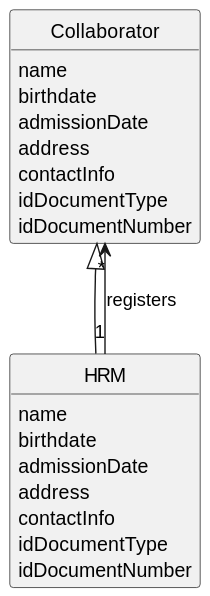
The PlantUML diagram docs/sprintA/us003/02.analysis/svg/us003-domain-model.svg in diogoveirospro/lei-24-s2-1dg-g072, before a commit. Its diagram source:
```plantuml
@startuml
skinparam monochrome true
skinparam packageStyle rectangle
skinparam shadowing false


skinparam classAttributeIconSize 0

hide circle
hide methods
class Collaborator {
     name
     birthdate
     admissionDate
     address
     contactInfo
     idDocumentType
     idDocumentNumber
}

class HRM {
    name
    birthdate
    admissionDate
    address
    contactInfo
    idDocumentType
    idDocumentNumber
}

HRM "1" --> "*" Collaborator : registers
Collaborator <|-- HRM
@enduml
```
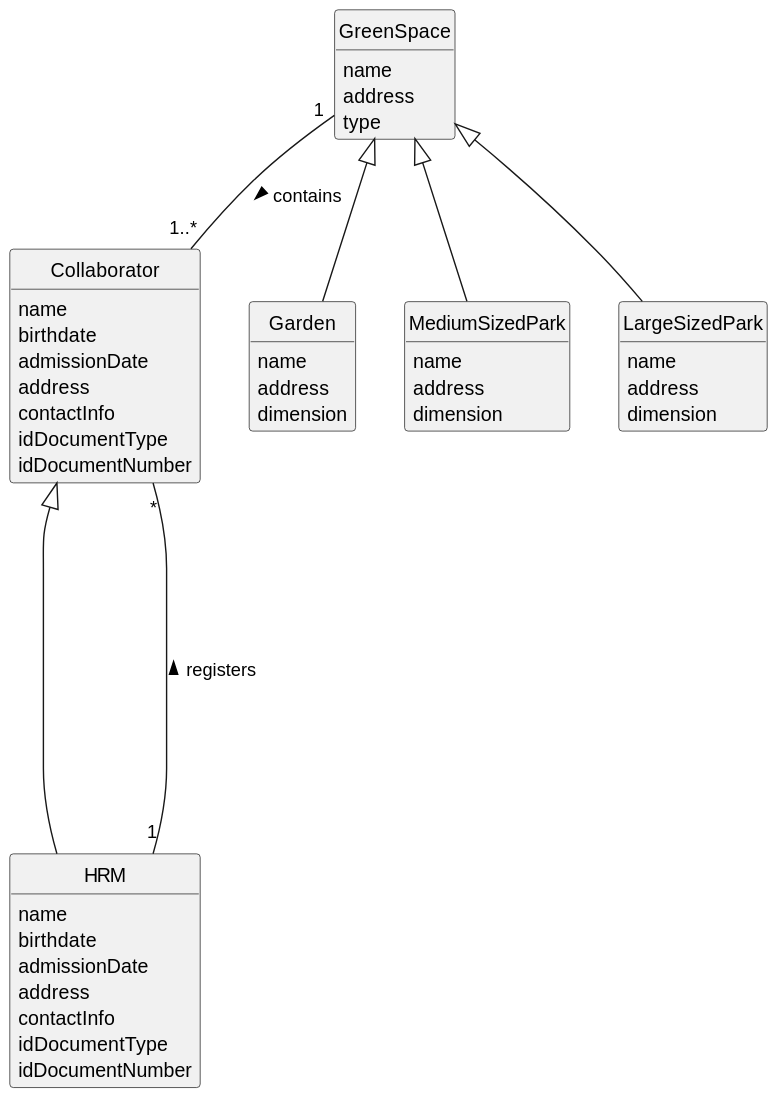
After the change.

The edit, as a diff of the source:
```diff
@@ -27,7 +27,34 @@
     idDocumentType
     idDocumentNumber
 }
+class GreenSpace {
+    name
+    address
+    type
+}
 
-HRM "1" --> "*" Collaborator : registers
-Collaborator <|-- HRM
+class Garden {
+    name
+    address
+    dimension
+}
+
+class MediumSizedPark {
+    name
+    address
+    dimension
+}
+
+class LargeSizedPark {
+    name
+    address
+    dimension
+}
+
+GreenSpace "1" -- "1..*" Collaborator: contains >
+GreenSpace <|-- Garden
+GreenSpace <|-- MediumSizedPark
+GreenSpace <|-- LargeSizedPark
+HRM "1" ----- "*" Collaborator : registers >
+Collaborator <|---- HRM
 @enduml
```
